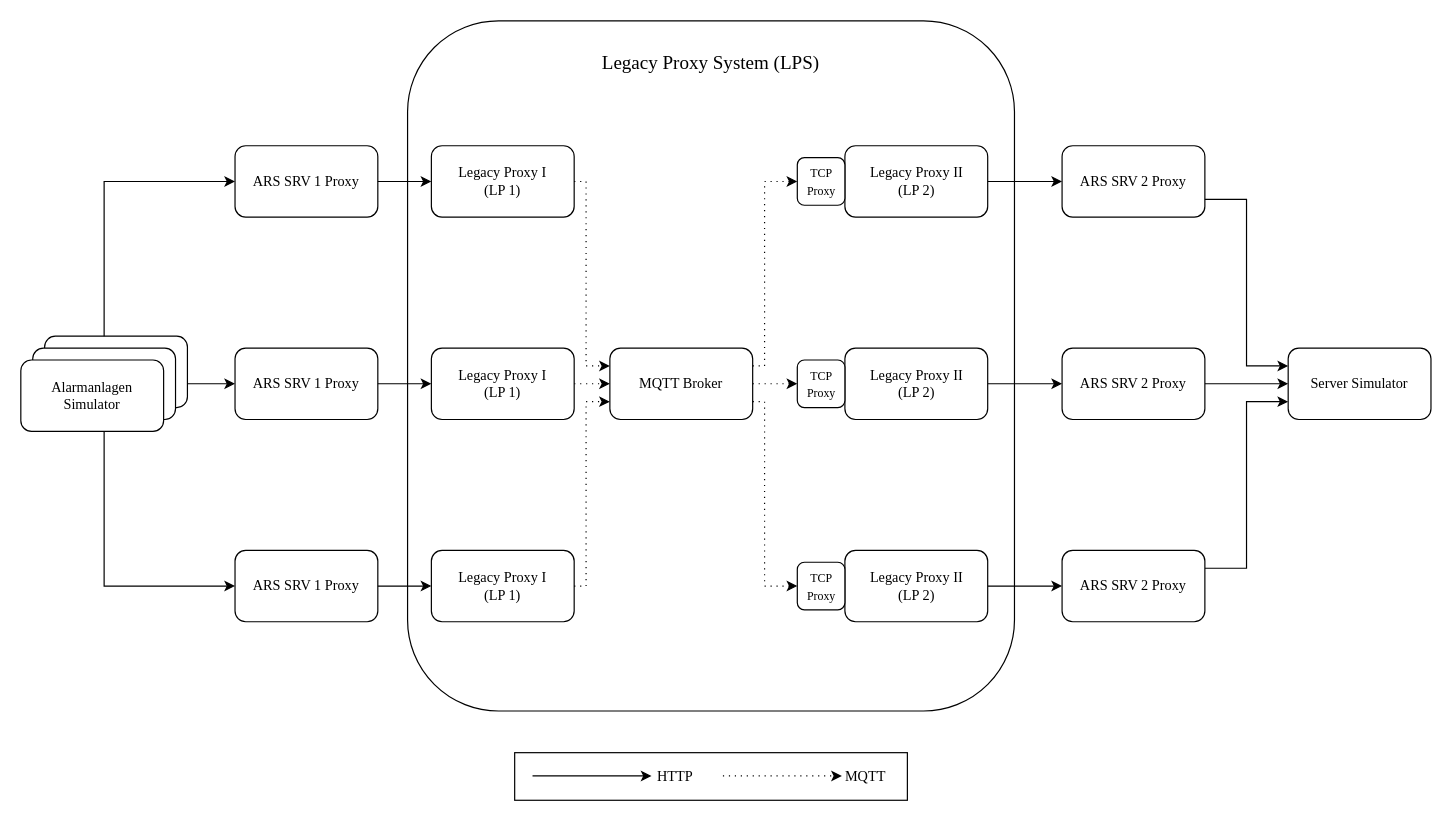
This is drawio/exp_lps.drawio from JadKHaddad/MT, a draw.io file, before an edit. Source tidied: cells renumbered, new cells numbered last; positions are measured from the earlier drawing's top-left corner, leaving out a move shared by most shapes. Both pictures are drawn from the tidied source at 119%, with x=0, y=0 at pixel (20, 20).
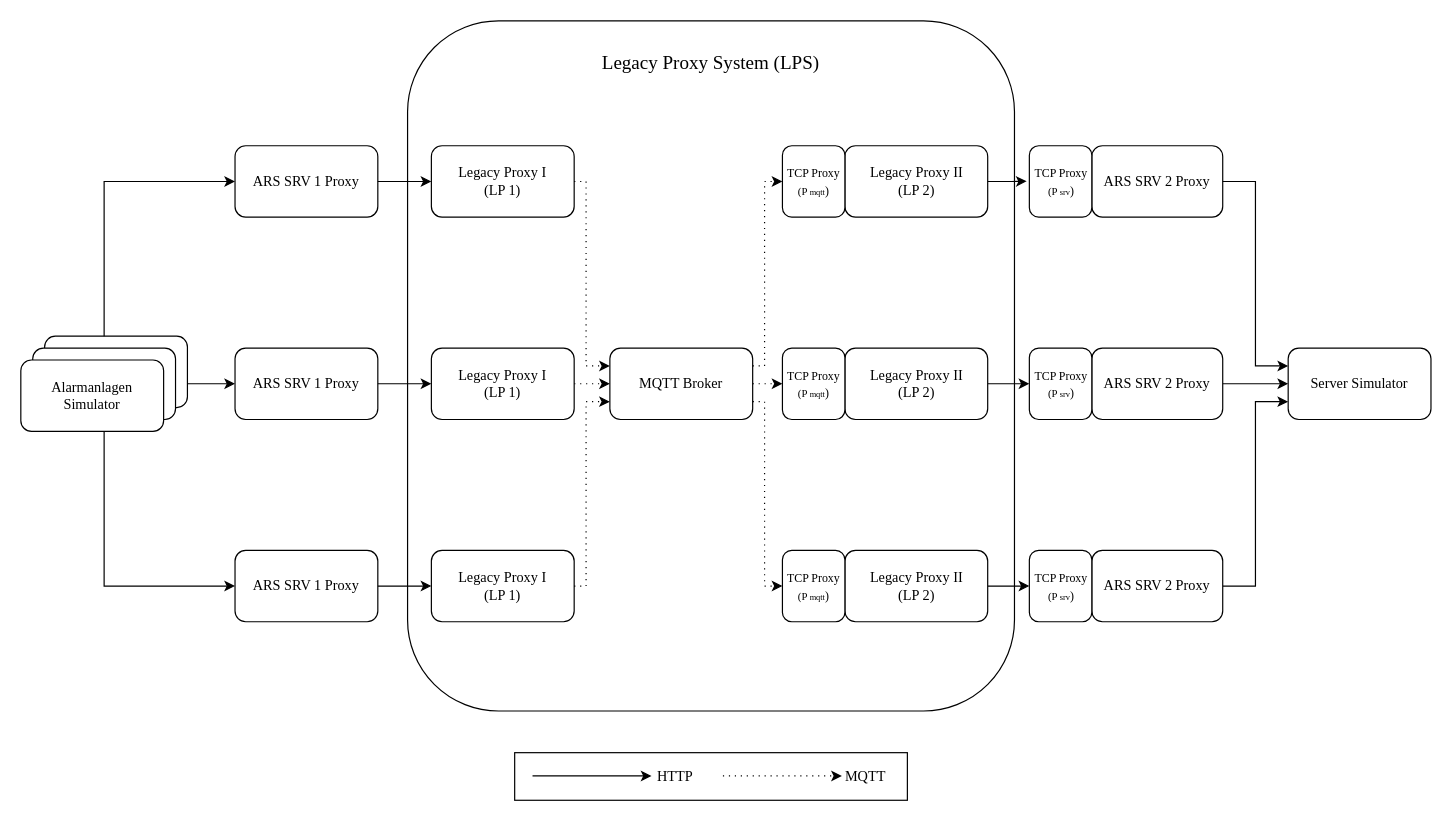
Above is the later version.

Unchanged cells that the change refers to:
```xml
<mxCell id="17" value="Server Simulator" style="rounded=1;whiteSpace=wrap;html=1;textShadow=0;fontFamily=Times New Roman;" parent="1" vertex="1">
  <mxGeometry x="1065" y="275" width="120" height="60" as="geometry" />
</mxCell>
<mxCell id="26" value="Legacy Proxy II&lt;div&gt;(LP 2)&lt;/div&gt;" style="rounded=1;whiteSpace=wrap;html=1;fontFamily=Times New Roman;" parent="1" vertex="1">
  <mxGeometry x="692.5" y="105" width="120" height="60" as="geometry" />
</mxCell>
<mxCell id="27" value="MQTT Broker" style="rounded=1;whiteSpace=wrap;html=1;fontFamily=Times New Roman;" parent="1" vertex="1">
  <mxGeometry x="495" y="275" width="120" height="60" as="geometry" />
</mxCell>
<mxCell id="30" value="Legacy Proxy II&lt;div&gt;(LP 2)&lt;/div&gt;" style="rounded=1;whiteSpace=wrap;html=1;fontFamily=Times New Roman;" parent="1" vertex="1">
  <mxGeometry x="692.5" y="275" width="120" height="60" as="geometry" />
</mxCell>
<mxCell id="32" value="Legacy Proxy II&lt;div&gt;(LP 2)&lt;/div&gt;" style="rounded=1;whiteSpace=wrap;html=1;fontFamily=Times New Roman;" parent="1" vertex="1">
  <mxGeometry x="692.5" y="445" width="120" height="60" as="geometry" />
</mxCell>
```

What changed in the source:
```diff
@@
     <mxCell id="9" value="ARS SRV 2 Proxy" style="rounded=1;whiteSpace=wrap;html=1;fontFamily=Times New Roman;" parent="1" vertex="1">
-      <mxGeometry x="875" y="105" width="120" height="60" as="geometry" />
+      <mxGeometry x="900" y="105" width="110" height="60" as="geometry" />
     </mxCell>
-    <mxCell id="10" style="edgeStyle=orthogonalEdgeStyle;rounded=0;jettySize=auto;html=1;exitX=1;exitY=0.75;exitDx=0;exitDy=0;entryX=0;entryY=0.25;entryDx=0;entryDy=0;fontFamily=Times New Roman;" parent="1" edge="1" source="9" target="17">
+    <mxCell id="10" style="edgeStyle=orthogonalEdgeStyle;rounded=0;jettySize=auto;html=1;exitX=1;exitY=0.5;exitDx=0;exitDy=0;entryX=0;entryY=0.25;entryDx=0;entryDy=0;fontFamily=Times New Roman;" parent="1" edge="1" source="9" target="17">
       <mxGeometry relative="1" as="geometry" />
     </mxCell>
-    <mxCell id="11" style="edgeStyle=orthogonalEdgeStyle;rounded=0;jettySize=auto;html=1;exitX=1;exitY=0.25;exitDx=0;exitDy=0;entryX=0;entryY=0.75;entryDx=0;entryDy=0;fontFamily=Times New Roman;" parent="1" edge="1" source="13" target="17">
+    <mxCell id="11" style="edgeStyle=orthogonalEdgeStyle;rounded=0;jettySize=auto;html=1;exitX=1;exitY=0.5;exitDx=0;exitDy=0;entryX=0;entryY=0.75;entryDx=0;entryDy=0;fontFamily=Times New Roman;" parent="1" edge="1" source="13" target="17">
       <mxGeometry relative="1" as="geometry" />
     </mxCell>
@@
     <mxCell id="13" value="ARS SRV 2 Proxy" style="rounded=1;whiteSpace=wrap;html=1;fontFamily=Times New Roman;" parent="1" vertex="1">
-      <mxGeometry x="875" y="445" width="120" height="60" as="geometry" />
+      <mxGeometry x="900" y="445" width="110" height="60" as="geometry" />
     </mxCell>
@@
     <mxCell id="16" value="ARS SRV 2 Proxy" style="rounded=1;whiteSpace=wrap;html=1;fontFamily=Times New Roman;" parent="1" vertex="1">
-      <mxGeometry x="875" y="275" width="120" height="60" as="geometry" />
+      <mxGeometry x="900" y="275" width="110" height="60" as="geometry" />
     </mxCell>
@@
-    <mxCell id="25" style="edgeStyle=orthogonalEdgeStyle;rounded=0;jettySize=auto;html=1;fontFamily=Times New Roman;" parent="1" edge="1" source="26" target="9">
-      <mxGeometry relative="1" as="geometry" />
+    <mxCell id="25" style="edgeStyle=orthogonalEdgeStyle;rounded=0;jettySize=auto;html=1;fontFamily=Times New Roman;entryX=-0.043;entryY=0.498;entryDx=0;entryDy=0;entryPerimeter=0;" parent="1" edge="1" source="26" target="51">
+      <mxGeometry x="0.16" relative="1" as="geometry" />
     </mxCell>
@@
-    <mxCell id="29" style="edgeStyle=orthogonalEdgeStyle;rounded=0;jettySize=auto;html=1;entryX=0;entryY=0.5;entryDx=0;entryDy=0;fontFamily=Times New Roman;" parent="1" edge="1" source="30" target="16">
-      <mxGeometry relative="1" as="geometry" />
-    </mxCell>
+    <mxCell id="47" style="edgeStyle=orthogonalEdgeStyle;rounded=0;jettySize=auto;html=1;entryX=0;entryY=0.5;entryDx=0;entryDy=0;fontFamily=Times New Roman;" parent="1" edge="1" source="30" target="52">
+      <mxGeometry x="-0.07" relative="1" as="geometry" />
+    </mxCell>
@@
-    <mxCell id="31" style="edgeStyle=orthogonalEdgeStyle;rounded=0;jettySize=auto;html=1;fontFamily=Times New Roman;" parent="1" edge="1" source="32" target="13">
-      <mxGeometry relative="1" as="geometry" />
-    </mxCell>
+    <mxCell id="48" style="edgeStyle=orthogonalEdgeStyle;rounded=0;jettySize=auto;html=1;entryX=0;entryY=0.5;entryDx=0;entryDy=0;fontFamily=Times New Roman;" parent="1" edge="1" source="32" target="53">
+      <mxGeometry x="-0.07" relative="1" as="geometry" />
+    </mxCell>
@@
-    <mxCell id="36" style="edgeStyle=orthogonalEdgeStyle;rounded=0;jettySize=auto;html=1;exitX=1;exitY=0.5;exitDx=0;exitDy=0;entryX=0;entryY=0.5;entryDx=0;entryDy=0;dashed=1;dashPattern=1 4;fontFamily=Times New Roman;" parent="1" edge="1" source="27" target="42">
+    <mxCell id="36" style="edgeStyle=orthogonalEdgeStyle;rounded=0;jettySize=auto;html=1;exitX=1;exitY=0.5;exitDx=0;exitDy=0;entryX=0;entryY=0.5;entryDx=0;entryDy=0;dashed=1;dashPattern=1 4;fontFamily=Times New Roman;" parent="1" edge="1" source="27" target="49">
       <mxGeometry relative="1" as="geometry" />
     </mxCell>
-    <mxCell id="37" style="edgeStyle=orthogonalEdgeStyle;rounded=0;jettySize=auto;html=1;exitX=1;exitY=0.75;exitDx=0;exitDy=0;entryX=0;entryY=0.5;entryDx=0;entryDy=0;dashed=1;dashPattern=1 4;fontFamily=Times New Roman;" parent="1" edge="1" source="27" target="43">
-      <mxGeometry relative="1" as="geometry">
+    <mxCell id="37" style="edgeStyle=orthogonalEdgeStyle;rounded=0;jettySize=auto;html=1;exitX=1;exitY=0.75;exitDx=0;exitDy=0;entryX=0;entryY=0.5;entryDx=0;entryDy=0;dashed=1;dashPattern=1 4;fontFamily=Times New Roman;" parent="1" edge="1" source="27" target="50">
+      <mxGeometry x="0.07" relative="1" as="geometry">
         <Array as="points">
           <mxPoint x="625" y="320" />
           <mxPoint x="625" y="475" />
         </Array>
       </mxGeometry>
     </mxCell>
@@
-    <mxCell id="41" value="&lt;span style=&quot;font-size: 10px;&quot;&gt;TCP Proxy&lt;/span&gt;" style="rounded=1;whiteSpace=wrap;html=1;fontFamily=Times New Roman;" parent="1" vertex="1">
-      <mxGeometry x="652.5" y="115" width="40" height="40" as="geometry" />
+    <mxCell id="41" value="&lt;span style=&quot;font-size: 10px;&quot;&gt;TCP Proxy&lt;/span&gt;&lt;div&gt;&lt;font style=&quot;font-size: 9px;&quot;&gt;(P &lt;/font&gt;&lt;font style=&quot;font-size: 7px;&quot;&gt;mqtt&lt;/font&gt;&lt;font style=&quot;font-size: 10px;&quot;&gt;)&lt;/font&gt;&lt;/div&gt;" style="rounded=1;whiteSpace=wrap;html=1;fontFamily=Times New Roman;" parent="1" vertex="1">
+      <mxGeometry x="640" y="105" width="52.5" height="60" as="geometry" />
     </mxCell>
-    <mxCell id="42" value="&lt;span style=&quot;font-size: 10px;&quot;&gt;TCP Proxy&lt;/span&gt;" style="rounded=1;whiteSpace=wrap;html=1;fontFamily=Times New Roman;" parent="1" vertex="1">
-      <mxGeometry x="652.5" y="285" width="40" height="40" as="geometry" />
-    </mxCell>
-    <mxCell id="43" value="&lt;span style=&quot;font-size: 10px;&quot;&gt;TCP Proxy&lt;/span&gt;" style="rounded=1;whiteSpace=wrap;html=1;fontFamily=Times New Roman;" parent="1" vertex="1">
-      <mxGeometry x="652.5" y="455" width="40" height="40" as="geometry" />
-    </mxCell>
@@
+    <mxCell id="49" value="&lt;span style=&quot;font-size: 10px;&quot;&gt;TCP Proxy&lt;/span&gt;&lt;div&gt;&lt;font style=&quot;font-size: 9px;&quot;&gt;(P &lt;/font&gt;&lt;font style=&quot;font-size: 7px;&quot;&gt;mqtt&lt;/font&gt;&lt;font style=&quot;font-size: 10px;&quot;&gt;)&lt;/font&gt;&lt;/div&gt;" style="rounded=1;whiteSpace=wrap;html=1;fontFamily=Times New Roman;" parent="1" vertex="1">
+      <mxGeometry x="640" y="275" width="52.5" height="60" as="geometry" />
+    </mxCell>
+    <mxCell id="50" value="&lt;span style=&quot;font-size: 10px;&quot;&gt;TCP Proxy&lt;/span&gt;&lt;div&gt;&lt;font style=&quot;font-size: 9px;&quot;&gt;(P &lt;/font&gt;&lt;font style=&quot;font-size: 7px;&quot;&gt;mqtt&lt;/font&gt;&lt;font style=&quot;font-size: 10px;&quot;&gt;)&lt;/font&gt;&lt;/div&gt;" style="rounded=1;whiteSpace=wrap;html=1;fontFamily=Times New Roman;" parent="1" vertex="1">
+      <mxGeometry x="640" y="445" width="52.5" height="60" as="geometry" />
+    </mxCell>
+    <mxCell id="51" value="&lt;span style=&quot;font-size: 10px;&quot;&gt;TCP Proxy&lt;/span&gt;&lt;div&gt;&lt;font style=&quot;font-size: 9px;&quot;&gt;(P &lt;/font&gt;&lt;font style=&quot;font-size: 7px;&quot;&gt;srv&lt;/font&gt;&lt;font style=&quot;font-size: 10px;&quot;&gt;)&lt;/font&gt;&lt;/div&gt;" style="rounded=1;whiteSpace=wrap;html=1;fontFamily=Times New Roman;" parent="1" vertex="1">
+      <mxGeometry x="847.5" y="105" width="52.5" height="60" as="geometry" />
+    </mxCell>
+    <mxCell id="52" value="&lt;span style=&quot;font-size: 10px;&quot;&gt;TCP Proxy&lt;/span&gt;&lt;div&gt;&lt;font style=&quot;font-size: 9px;&quot;&gt;(P &lt;/font&gt;&lt;font style=&quot;font-size: 7px;&quot;&gt;srv&lt;/font&gt;&lt;font style=&quot;font-size: 10px;&quot;&gt;)&lt;/font&gt;&lt;/div&gt;" style="rounded=1;whiteSpace=wrap;html=1;fontFamily=Times New Roman;" parent="1" vertex="1">
+      <mxGeometry x="847.5" y="275" width="52.5" height="60" as="geometry" />
+    </mxCell>
+    <mxCell id="53" value="&lt;span style=&quot;font-size: 10px;&quot;&gt;TCP Proxy&lt;/span&gt;&lt;div&gt;&lt;font style=&quot;font-size: 9px;&quot;&gt;(P &lt;/font&gt;&lt;font style=&quot;font-size: 7px;&quot;&gt;srv&lt;/font&gt;&lt;font style=&quot;font-size: 10px;&quot;&gt;)&lt;/font&gt;&lt;/div&gt;" style="rounded=1;whiteSpace=wrap;html=1;fontFamily=Times New Roman;" parent="1" vertex="1">
+      <mxGeometry x="847.5" y="445" width="52.5" height="60" as="geometry" />
+    </mxCell>
```
